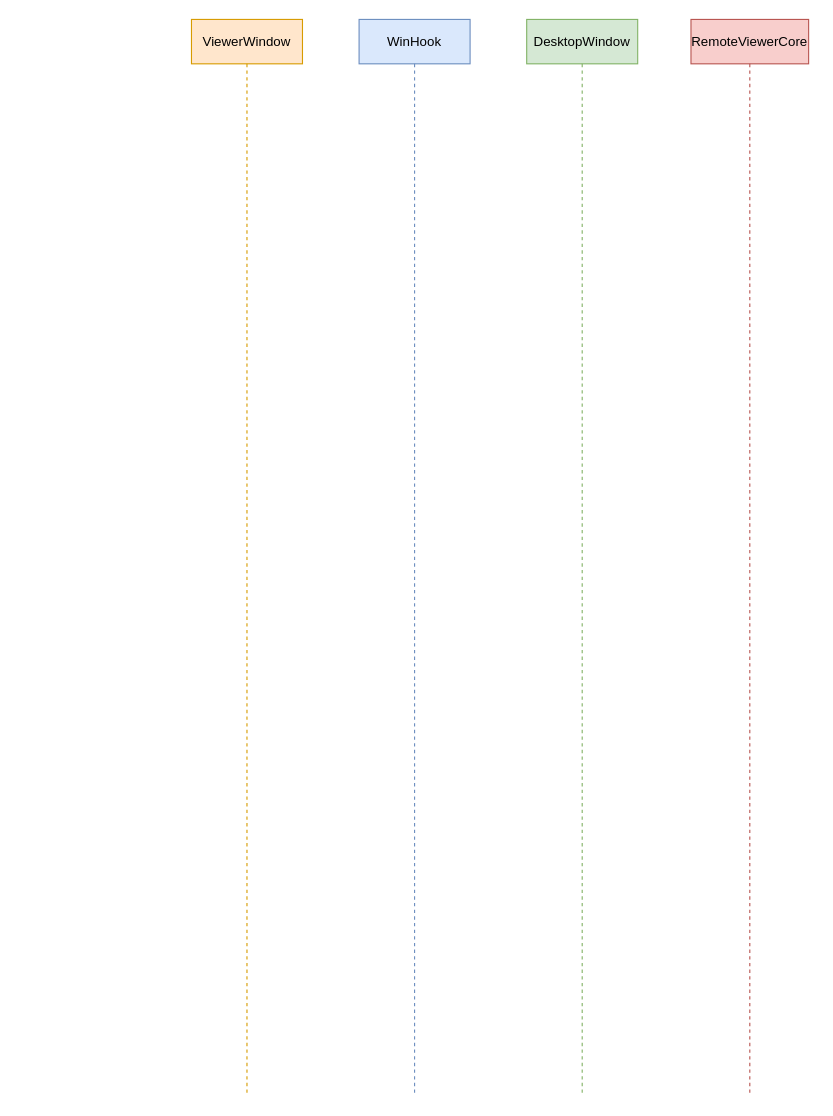
This is page "Client K/M" (6 of 9) of UML/mirero/SwRcs/Arch.drawio from rhkdguskim/Study, a draw.io file, before an edit. Source tidied: cells renumbered, new cells numbered last; positions are measured from the earlier drawing's top-left corner, leaving out a move shared by most shapes. Both pictures are drawn from the tidied source at 111%, with x=0, y=0 at pixel (191, 19).
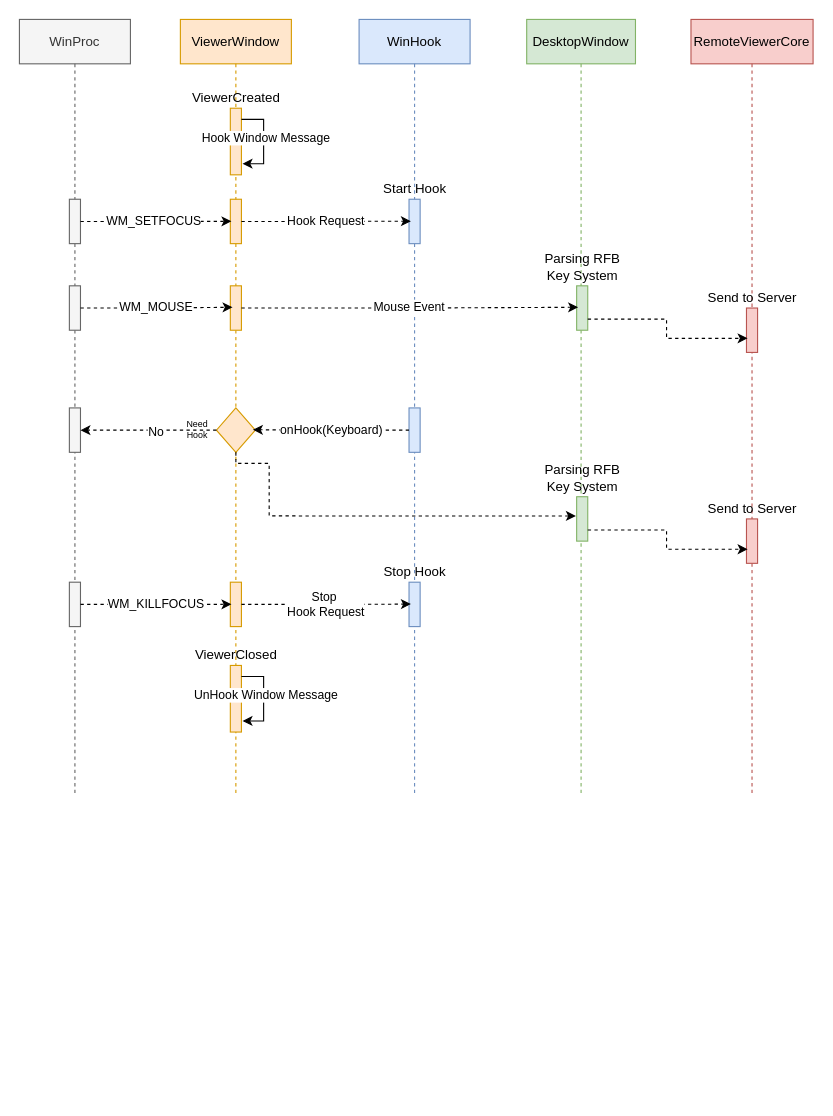
The same page after the edit.

Diff of the diagram source:
```diff
@@
+    <mxCell id="4" value="DesktopWindow" style="shape=umlLifeline;perimeter=lifelinePerimeter;whiteSpace=wrap;html=1;fillColor=#d5e8d4;strokeColor=#82b366;" parent="1" vertex="1">
+      <mxGeometry x="302" width="98" height="700" as="geometry" />
+    </mxCell>
+    <mxCell id="6" value="Parsing RFB&lt;br&gt;Key System" style="html=1;points=[];perimeter=orthogonalPerimeter;fillColor=#d5e8d4;strokeColor=#82b366;labelPosition=center;verticalLabelPosition=top;align=center;verticalAlign=bottom;" parent="4" vertex="1">
+      <mxGeometry x="45" y="240" width="10" height="40" as="geometry" />
+    </mxCell>
+    <mxCell id="7" value="WinProc" style="shape=umlLifeline;perimeter=lifelinePerimeter;whiteSpace=wrap;html=1;fillColor=#f5f5f5;strokeColor=#666666;fontColor=#333333;" parent="1" vertex="1">
+      <mxGeometry x="-155" width="100" height="700" as="geometry" />
+    </mxCell>
+    <mxCell id="8" style="html=1;points=[];perimeter=orthogonalPerimeter;fillColor=#f5f5f5;strokeColor=#666666;labelPosition=center;verticalLabelPosition=top;align=center;verticalAlign=bottom;fontColor=#333333;" parent="7" vertex="1">
+      <mxGeometry x="45" y="162" width="10" height="40" as="geometry" />
+    </mxCell>
+    <mxCell id="9" style="html=1;points=[];perimeter=orthogonalPerimeter;fillColor=#f5f5f5;strokeColor=#666666;labelPosition=center;verticalLabelPosition=top;align=center;verticalAlign=bottom;fontColor=#333333;" parent="7" vertex="1">
+      <mxGeometry x="45" y="240" width="10" height="40" as="geometry" />
+    </mxCell>
+    <mxCell id="10" style="html=1;perimeter=orthogonalPerimeter;fillColor=#f5f5f5;strokeColor=#666666;labelPosition=center;verticalLabelPosition=top;align=center;verticalAlign=bottom;fontColor=#333333;" parent="7" vertex="1">
+      <mxGeometry x="45" y="350" width="10" height="40" as="geometry" />
+    </mxCell>
+    <mxCell id="5" value="RemoteViewerCore" style="shape=umlLifeline;perimeter=lifelinePerimeter;whiteSpace=wrap;html=1;fillColor=#f8cecc;strokeColor=#b85450;" parent="1" vertex="1">
+      <mxGeometry x="450" width="110" height="700" as="geometry" />
+    </mxCell>
+    <mxCell id="11" value="Send to Server" style="html=1;points=[];perimeter=orthogonalPerimeter;fillColor=#f8cecc;strokeColor=#b85450;labelPosition=center;verticalLabelPosition=top;align=center;verticalAlign=bottom;" parent="5" vertex="1">
+      <mxGeometry x="50" y="260" width="10" height="40" as="geometry" />
+    </mxCell>
+    <mxCell id="12" value="Send to Server" style="html=1;points=[];perimeter=orthogonalPerimeter;fillColor=#f8cecc;strokeColor=#b85450;labelPosition=center;verticalLabelPosition=top;align=center;verticalAlign=bottom;" parent="5" vertex="1">
+      <mxGeometry x="50" y="450" width="10" height="40" as="geometry" />
+    </mxCell>
+    <mxCell id="13" value="Parsing RFB&lt;br&gt;Key System" style="html=1;points=[];perimeter=orthogonalPerimeter;fillColor=#d5e8d4;strokeColor=#82b366;labelPosition=center;verticalLabelPosition=top;align=center;verticalAlign=bottom;" parent="5" vertex="1">
+      <mxGeometry x="-103" y="430" width="10" height="40" as="geometry" />
+    </mxCell>
+    <mxCell id="14" style="edgeStyle=orthogonalEdgeStyle;rounded=0;jettySize=auto;html=1;entryX=0.1;entryY=0.683;entryDx=0;entryDy=0;entryPerimeter=0;dashed=1;" parent="5" edge="1" source="13" target="12">
+      <mxGeometry relative="1" as="geometry">
+        <Array as="points">
+          <mxPoint x="-22" y="460" />
+          <mxPoint x="-22" y="477" />
+        </Array>
+      </mxGeometry>
+    </mxCell>
+    <mxCell id="3" value="WinHook" style="shape=umlLifeline;perimeter=lifelinePerimeter;whiteSpace=wrap;html=1;fillColor=#dae8fc;strokeColor=#6c8ebf;" parent="1" vertex="1">
+      <mxGeometry x="151" width="100" height="700" as="geometry" />
+    </mxCell>
+    <mxCell id="15" value="Start Hook" style="html=1;points=[];perimeter=orthogonalPerimeter;fillColor=#dae8fc;strokeColor=#6c8ebf;labelPosition=center;verticalLabelPosition=top;align=center;verticalAlign=bottom;" parent="3" vertex="1">
+      <mxGeometry x="45" y="162" width="10" height="40" as="geometry" />
+    </mxCell>
+    <mxCell id="16" style="html=1;points=[];perimeter=orthogonalPerimeter;fillColor=#dae8fc;strokeColor=#6c8ebf;labelPosition=center;verticalLabelPosition=top;align=center;verticalAlign=bottom;" parent="3" vertex="1">
+      <mxGeometry x="45" y="350" width="10" height="40" as="geometry" />
+    </mxCell>
     <mxCell id="2" value="ViewerWindow" style="shape=umlLifeline;perimeter=lifelinePerimeter;whiteSpace=wrap;html=1;fillColor=#ffe6cc;strokeColor=#d79b00;" parent="1" vertex="1">
-      <mxGeometry width="100" height="970" as="geometry" />
+      <mxGeometry x="-10" width="100" height="700" as="geometry" />
     </mxCell>
-    <mxCell id="3" value="WinHook" style="shape=umlLifeline;perimeter=lifelinePerimeter;whiteSpace=wrap;html=1;fillColor=#dae8fc;strokeColor=#6c8ebf;" parent="1" vertex="1">
-      <mxGeometry x="151" width="100" height="970" as="geometry" />
-    </mxCell>
-    <mxCell id="4" value="DesktopWindow" style="shape=umlLifeline;perimeter=lifelinePerimeter;whiteSpace=wrap;html=1;fillColor=#d5e8d4;strokeColor=#82b366;" parent="1" vertex="1">
-      <mxGeometry x="302" width="100" height="970" as="geometry" />
-    </mxCell>
-    <mxCell id="5" value="RemoteViewerCore" style="shape=umlLifeline;perimeter=lifelinePerimeter;whiteSpace=wrap;html=1;fillColor=#f8cecc;strokeColor=#b85450;" parent="1" vertex="1">
-      <mxGeometry x="450" width="106" height="970" as="geometry" />
-    </mxCell>
+    <mxCell id="17" value="ViewerCreated" style="html=1;points=[];perimeter=orthogonalPerimeter;fillColor=#ffe6cc;strokeColor=#d79b00;labelPosition=center;verticalLabelPosition=top;align=center;verticalAlign=bottom;" parent="2" vertex="1">
+      <mxGeometry x="45" y="80" width="10" height="60" as="geometry" />
+    </mxCell>
+    <mxCell id="18" style="edgeStyle=orthogonalEdgeStyle;rounded=0;jettySize=auto;html=1;" parent="2" edge="1" source="17">
+      <mxGeometry relative="1" as="geometry">
+        <mxPoint x="56" y="130" as="targetPoint" />
+        <Array as="points">
+          <mxPoint x="75" y="90" />
+          <mxPoint x="75" y="130" />
+          <mxPoint x="56" y="130" />
+        </Array>
+      </mxGeometry>
+    </mxCell>
+    <mxCell id="19" value="&lt;div&gt;&lt;span style=&quot;background-color: light-dark(#ffffff, var(--ge-dark-color, #121212)); color: light-dark(rgb(0, 0, 0), rgb(255, 255, 255));&quot;&gt;Hook Window Message&lt;/span&gt;&lt;/div&gt;" style="edgeLabel;html=1;align=center;verticalAlign=middle;" parent="18" vertex="1">
+      <mxGeometry x="-0.1" y="1" relative="1" as="geometry" />
+    </mxCell>
+    <mxCell id="20" style="html=1;points=[];perimeter=orthogonalPerimeter;fillColor=#ffe6cc;strokeColor=#d79b00;labelPosition=center;verticalLabelPosition=top;align=center;verticalAlign=bottom;" parent="2" vertex="1">
+      <mxGeometry x="45" y="162" width="10" height="40" as="geometry" />
+    </mxCell>
+    <mxCell id="21" style="html=1;points=[];perimeter=orthogonalPerimeter;fillColor=#ffe6cc;strokeColor=#d79b00;labelPosition=center;verticalLabelPosition=top;align=center;verticalAlign=bottom;" parent="2" vertex="1">
+      <mxGeometry x="45" y="240" width="10" height="40" as="geometry" />
+    </mxCell>
+    <mxCell id="22" value="ViewerClosed" style="html=1;points=[];perimeter=orthogonalPerimeter;fillColor=#ffe6cc;strokeColor=#d79b00;labelPosition=center;verticalLabelPosition=top;align=center;verticalAlign=bottom;" parent="2" vertex="1">
+      <mxGeometry x="45" y="582" width="10" height="60" as="geometry" />
+    </mxCell>
+    <mxCell id="23" style="edgeStyle=orthogonalEdgeStyle;rounded=0;jettySize=auto;html=1;" parent="2" edge="1" source="22">
+      <mxGeometry relative="1" as="geometry">
+        <mxPoint x="56" y="632" as="targetPoint" />
+        <Array as="points">
+          <mxPoint x="75" y="592" />
+          <mxPoint x="75" y="632" />
+          <mxPoint x="56" y="632" />
+        </Array>
+      </mxGeometry>
+    </mxCell>
+    <mxCell id="24" value="&lt;div&gt;&lt;span style=&quot;background-color: light-dark(#ffffff, var(--ge-dark-color, #121212)); color: light-dark(rgb(0, 0, 0), rgb(255, 255, 255));&quot;&gt;UnHook Window Message&lt;/span&gt;&lt;/div&gt;" style="edgeLabel;html=1;align=center;verticalAlign=middle;" parent="23" vertex="1">
+      <mxGeometry x="-0.1" y="1" relative="1" as="geometry" />
+    </mxCell>
+    <mxCell id="25" style="html=1;points=[];perimeter=orthogonalPerimeter;fillColor=#ffe6cc;strokeColor=#d79b00;labelPosition=center;verticalLabelPosition=top;align=center;verticalAlign=bottom;" parent="2" vertex="1">
+      <mxGeometry x="45" y="507" width="10" height="40" as="geometry" />
+    </mxCell>
+    <mxCell id="26" value="Stop Hook" style="html=1;points=[];perimeter=orthogonalPerimeter;fillColor=#dae8fc;strokeColor=#6c8ebf;labelPosition=center;verticalLabelPosition=top;align=center;verticalAlign=bottom;" parent="2" vertex="1">
+      <mxGeometry x="206" y="507" width="10" height="40" as="geometry" />
+    </mxCell>
+    <mxCell id="27" style="html=1;points=[];perimeter=orthogonalPerimeter;fillColor=#f5f5f5;strokeColor=#666666;labelPosition=center;verticalLabelPosition=top;align=center;verticalAlign=bottom;fontColor=#333333;" parent="2" vertex="1">
+      <mxGeometry x="-100" y="507" width="10" height="40" as="geometry" />
+    </mxCell>
+    <mxCell id="28" value="WM_KILLFOCUS" style="edgeStyle=orthogonalEdgeStyle;rounded=0;jettySize=auto;html=1;entryX=0.1;entryY=0.498;entryDx=0;entryDy=0;entryPerimeter=0;dashed=1;" parent="2" edge="1" source="27" target="25">
+      <mxGeometry relative="1" as="geometry" />
+    </mxCell>
+    <mxCell id="29" value="Stop&amp;nbsp;&lt;div&gt;Hook Request&lt;/div&gt;" style="edgeStyle=orthogonalEdgeStyle;rounded=0;jettySize=auto;html=1;entryX=0.167;entryY=0.494;entryDx=0;entryDy=0;entryPerimeter=0;dashed=1;" parent="2" edge="1" source="25" target="26">
+      <mxGeometry relative="1" as="geometry" />
+    </mxCell>
+    <mxCell id="30" value="Need Hook" style="rhombus;whiteSpace=wrap;html=1;verticalAlign=middle;fillColor=#ffe6cc;strokeColor=#d79b00;labelPosition=left;verticalLabelPosition=middle;align=center;fontSize=8;" parent="2" vertex="1">
+      <mxGeometry x="32.5" y="350" width="35" height="40" as="geometry" />
+    </mxCell>
+    <mxCell id="31" style="edgeStyle=orthogonalEdgeStyle;rounded=0;jettySize=auto;html=1;entryX=0.1;entryY=0.498;entryDx=0;entryDy=0;entryPerimeter=0;dashed=1;" parent="1" edge="1" source="8" target="20">
+      <mxGeometry relative="1" as="geometry" />
+    </mxCell>
+    <mxCell id="32" value="WM_SETFOCUS" style="edgeLabel;html=1;align=center;verticalAlign=middle;" parent="31" vertex="1">
+      <mxGeometry x="-0.03" y="1" relative="1" as="geometry">
+        <mxPoint x="-1" as="offset" />
+      </mxGeometry>
+    </mxCell>
+    <mxCell id="33" value="Hook Request" style="edgeStyle=orthogonalEdgeStyle;rounded=0;jettySize=auto;html=1;entryX=0.167;entryY=0.494;entryDx=0;entryDy=0;entryPerimeter=0;dashed=1;" parent="1" edge="1" source="20" target="15">
+      <mxGeometry relative="1" as="geometry" />
+    </mxCell>
+    <mxCell id="34" value="WM_MOUSE" style="edgeStyle=orthogonalEdgeStyle;rounded=0;jettySize=auto;html=1;entryX=0.2;entryY=0.483;entryDx=0;entryDy=0;entryPerimeter=0;dashed=1;" parent="1" edge="1" source="9" target="21">
+      <mxGeometry relative="1" as="geometry" />
+    </mxCell>
+    <mxCell id="35" value="Mouse Event" style="edgeStyle=orthogonalEdgeStyle;rounded=0;jettySize=auto;html=1;entryX=0.133;entryY=0.483;entryDx=0;entryDy=0;entryPerimeter=0;dashed=1;" parent="1" edge="1" source="21" target="6">
+      <mxGeometry relative="1" as="geometry" />
+    </mxCell>
+    <mxCell id="36" style="edgeStyle=orthogonalEdgeStyle;rounded=0;jettySize=auto;html=1;entryX=0.1;entryY=0.683;entryDx=0;entryDy=0;entryPerimeter=0;dashed=1;" parent="1" edge="1" source="6" target="11">
+      <mxGeometry relative="1" as="geometry">
+        <Array as="points">
+          <mxPoint x="428" y="270" />
+          <mxPoint x="428" y="287" />
+        </Array>
+      </mxGeometry>
+    </mxCell>
+    <mxCell id="37" value="onHook(Keyboard)" style="edgeStyle=orthogonalEdgeStyle;rounded=0;jettySize=auto;html=1;dashed=1;entryX=0.938;entryY=0.492;entryDx=0;entryDy=0;entryPerimeter=0;" parent="1" edge="1" source="16" target="30">
+      <mxGeometry x="-0.01" relative="1" as="geometry" />
+    </mxCell>
+    <mxCell id="38" style="edgeStyle=orthogonalEdgeStyle;rounded=0;jettySize=auto;html=1;entryX=-0.067;entryY=0.433;entryDx=0;entryDy=0;entryPerimeter=0;dashed=1;" parent="1" edge="1" source="30" target="13">
+      <mxGeometry relative="1" as="geometry">
+        <Array as="points">
+          <mxPoint x="40" y="400" />
+          <mxPoint x="70" y="400" />
+          <mxPoint x="70" y="447" />
+        </Array>
+      </mxGeometry>
+    </mxCell>
+    <mxCell id="39" style="edgeStyle=orthogonalEdgeStyle;rounded=0;jettySize=auto;html=1;dashed=1;" parent="1" edge="1" source="30">
+      <mxGeometry relative="1" as="geometry">
+        <mxPoint x="-100" y="370" as="targetPoint" />
+        <Array as="points">
+          <mxPoint x="-50" y="370" />
+          <mxPoint x="-50" y="370" />
+        </Array>
+      </mxGeometry>
+    </mxCell>
+    <mxCell id="40" value="No" style="edgeLabel;html=1;align=center;verticalAlign=middle;" parent="39" vertex="1">
+      <mxGeometry x="-0.1" y="1" relative="1" as="geometry" />
+    </mxCell>
```
